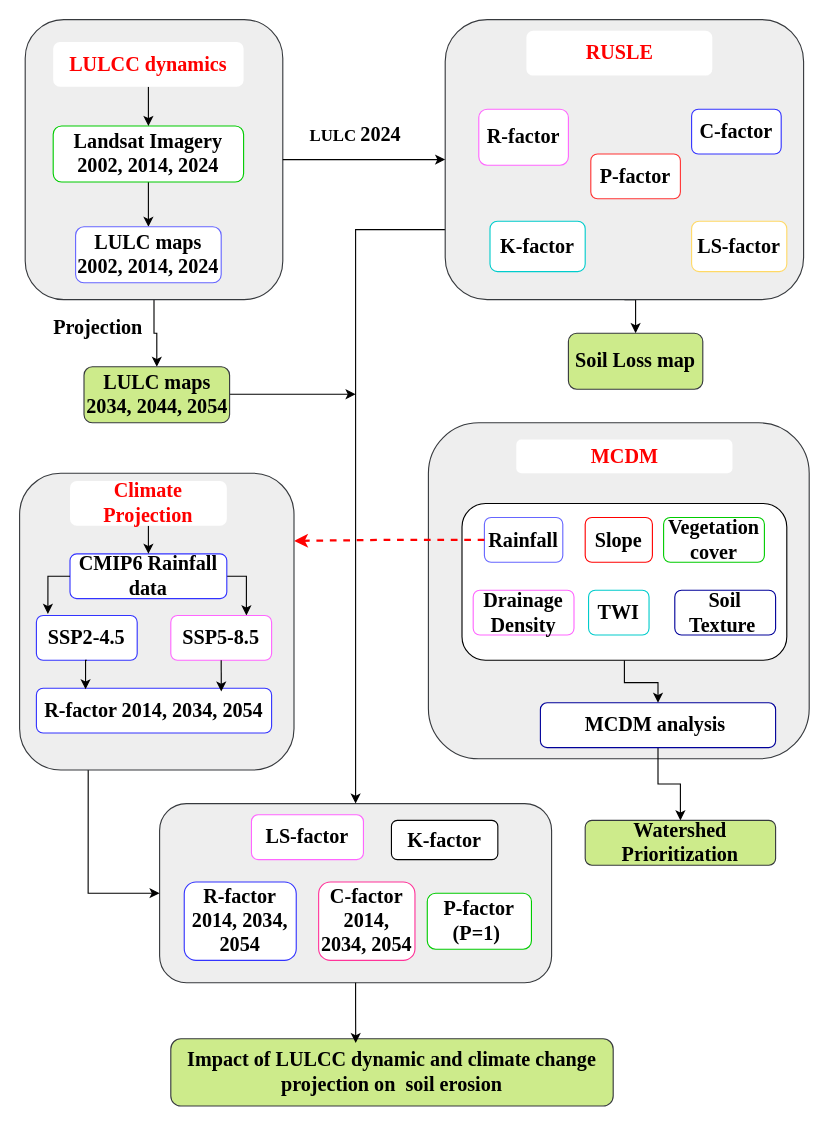
Above: overallconceptualframework.drawio in yemioke/PRISMA2020 (draw.io), before the change. Source tidied: cells renumbered, new cells numbered last; positions are measured from the earlier drawing's top-left corner, leaving out a move shared by most shapes. Both pictures are drawn from the tidied source at 112%, with x=0, y=0 at pixel (19, 19).
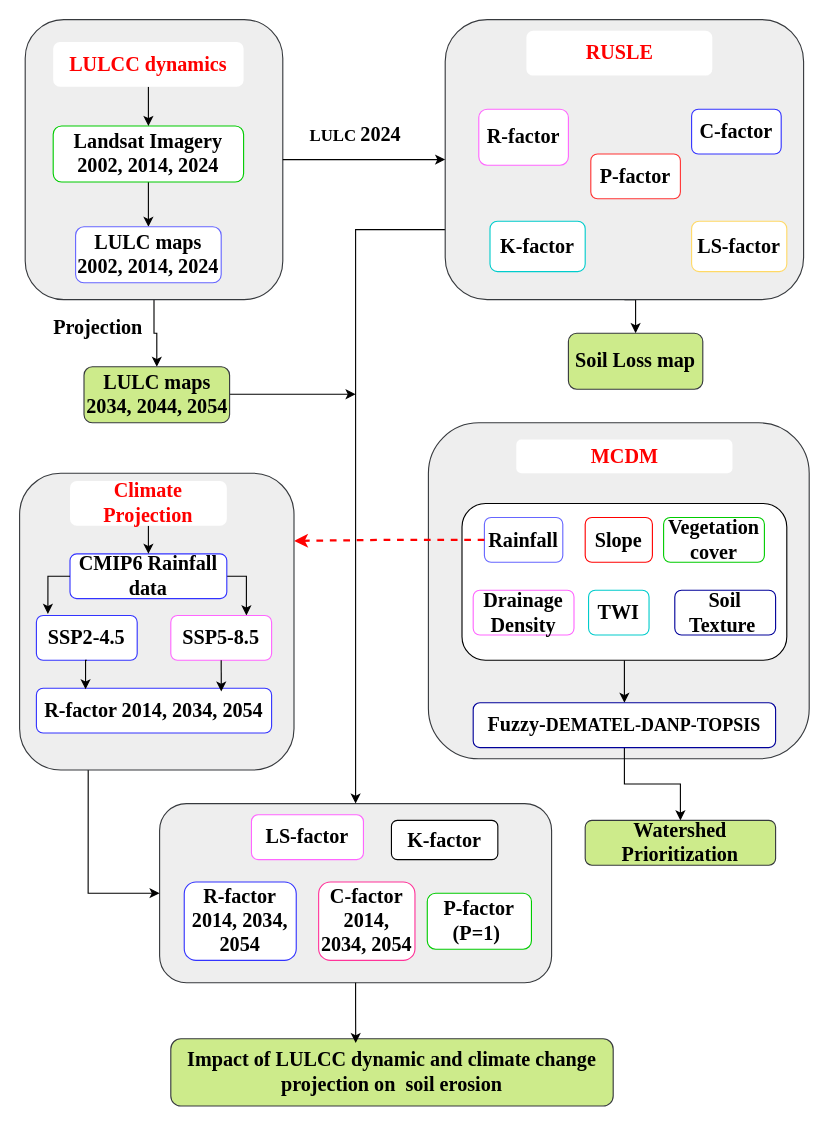
Above is the later version.

Change to the diagram source:
```diff
@@
-    <mxCell id="34" value="&lt;font face=&quot;Garamond&quot;&gt;&lt;span style=&quot;font-size: 18px;&quot;&gt;&lt;b&gt;MCDM analysis&amp;nbsp;&lt;/b&gt;&lt;/span&gt;&lt;/font&gt;" style="rounded=1;whiteSpace=wrap;html=1;strokeColor=#000099;" parent="1" vertex="1">
-      <mxGeometry x="465" y="610" width="210" height="40" as="geometry" />
+    <mxCell id="34" value="&lt;font face=&quot;Garamond&quot;&gt;&lt;b style=&quot;&quot;&gt;&lt;span style=&quot;font-size: 18px;&quot;&gt;Fuzzy-&lt;/span&gt;&lt;font style=&quot;font-size: 16px;&quot;&gt;DEMATEL-DANP-TOPSIS&lt;/font&gt;&lt;/b&gt;&lt;/font&gt;" style="rounded=1;whiteSpace=wrap;html=1;strokeColor=#000099;" parent="1" vertex="1">
+      <mxGeometry x="405" y="610" width="270" height="40" as="geometry" />
     </mxCell>
```
